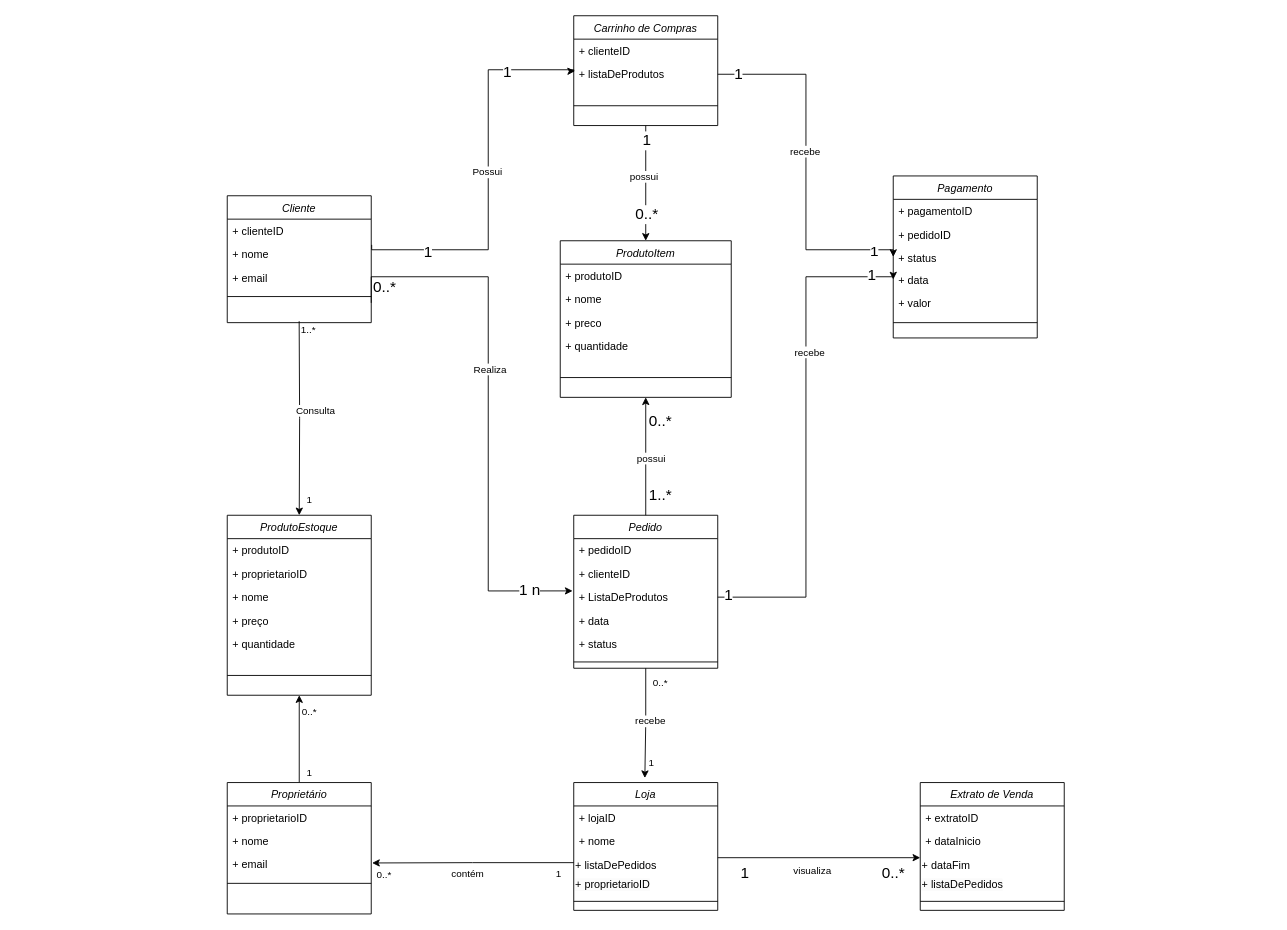
Before: ModeloDominio.drawio in rxqvx/Projeto-Sistemas-Distribu-dos---Vendas-, a draw.io diagram. Source tidied: cells renumbered, new cells numbered last; positions are measured from the earlier drawing's top-left corner, leaving out a move shared by most shapes. Both pictures are drawn from the tidied source at 90%, with x=0, y=0 at pixel (227, 15).
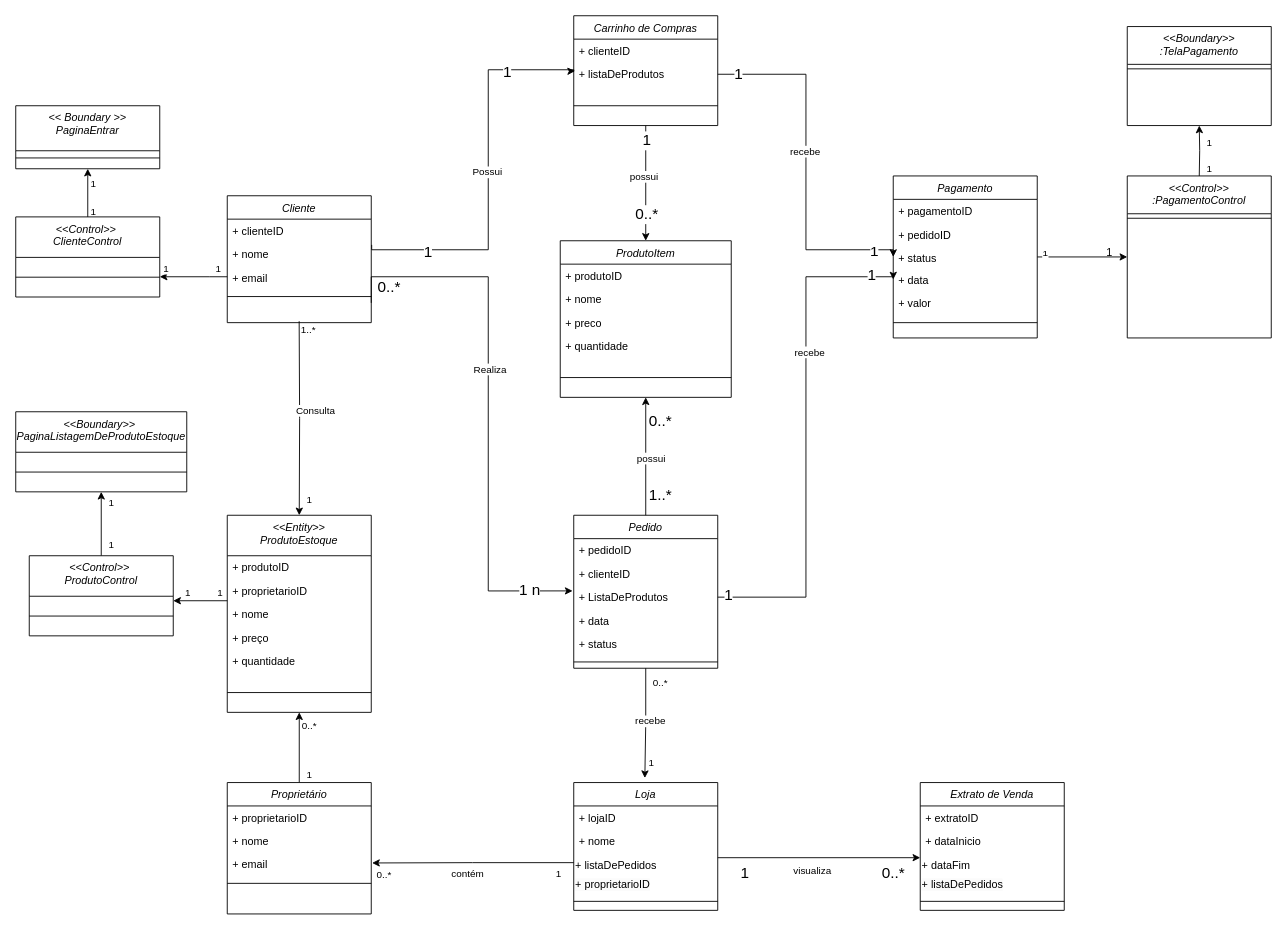
After the change.

Commit message (it also covers changes not shown here):
feat: add anotations about use cases to create domain model and sequence diagram

The change refers to these unchanged cells:
```xml
<mxCell id="2" value="Cliente" style="swimlane;fontStyle=2;align=center;verticalAlign=top;horizontal=1;startSize=26;rounded=0;shadow=0;strokeWidth=1;" parent="1" vertex="1">
  <mxGeometry y="200" width="160" height="141" as="geometry" />
</mxCell>
<mxCell id="28" value="+ status" style="text;align=left;verticalAlign=top;spacingLeft=4;spacingRight=4;overflow=hidden;points=[[0,0.5],[1,0.5]];portConstraint=eastwest;" parent="25" vertex="1">
  <mxGeometry y="78" width="160" height="24" as="geometry" />
</mxCell>
<mxCell id="40" style="edgeStyle=orthogonalEdgeStyle;rounded=0;jettySize=auto;html=1;entryX=-0.008;entryY=1.233;entryDx=0;entryDy=0;fontSize=17;entryPerimeter=0;" parent="1" edge="1" target="20">
  <mxGeometry relative="1" as="geometry">
    <mxPoint x="160" y="319" as="sourcePoint" />
    <Array as="points">
      <mxPoint x="160" y="290" />
      <mxPoint x="290" y="290" />
      <mxPoint x="290" y="639" />
    </Array>
  </mxGeometry>
</mxCell>
```

Diff of the diagram source:
```diff
@@
-    <mxCell id="7" value="ProdutoEstoque" style="swimlane;fontStyle=2;align=center;verticalAlign=top;horizontal=1;startSize=26;rounded=0;shadow=0;strokeWidth=1;" parent="1" vertex="1">
-      <mxGeometry y="555" width="160" height="200" as="geometry" />
+    <mxCell id="7" value="&lt;&lt;Entity&gt;&gt;&#10;ProdutoEstoque" style="swimlane;fontStyle=2;align=center;verticalAlign=top;horizontal=1;startSize=45;rounded=0;shadow=0;strokeWidth=1;" parent="1" vertex="1">
+      <mxGeometry y="555" width="160" height="219" as="geometry" />
     </mxCell>
     <mxCell id="8" value="+ produtoID" style="text;align=left;verticalAlign=top;spacingLeft=4;spacingRight=4;overflow=hidden;" parent="7" vertex="1">
-      <mxGeometry y="26" width="160" height="26" as="geometry" />
+      <mxGeometry y="45" width="160" height="26" as="geometry" />
     </mxCell>
     <mxCell id="9" value="+ proprietarioID" style="text;align=left;verticalAlign=top;spacingLeft=4;spacingRight=4;overflow=hidden;" parent="7" vertex="1">
-      <mxGeometry y="52" width="160" height="26" as="geometry" />
+      <mxGeometry y="71" width="160" height="26" as="geometry" />
     </mxCell>
     <mxCell id="10" value="+ nome" style="text;align=left;verticalAlign=top;spacingLeft=4;spacingRight=4;overflow=hidden;" parent="7" vertex="1">
-      <mxGeometry y="78" width="160" height="26" as="geometry" />
+      <mxGeometry y="97" width="160" height="26" as="geometry" />
     </mxCell>
     <mxCell id="11" value="+ preço" style="text;align=left;verticalAlign=top;spacingLeft=4;spacingRight=4;overflow=hidden;" parent="7" vertex="1">
-      <mxGeometry y="104" width="160" height="26" as="geometry" />
+      <mxGeometry y="123" width="160" height="26" as="geometry" />
     </mxCell>
     <mxCell id="12" value="+ quantidade&#10;" style="text;align=left;verticalAlign=top;spacingLeft=4;spacingRight=4;overflow=hidden;" parent="7" vertex="1">
-      <mxGeometry y="130" width="160" height="26" as="geometry" />
+      <mxGeometry y="149" width="160" height="26" as="geometry" />
     </mxCell>
     <mxCell id="13" style="line;html=1;strokeWidth=1;align=left;verticalAlign=middle;spacingTop=-1;spacingLeft=3;spacingRight=3;labelPosition=right;" parent="7" vertex="1">
-      <mxGeometry y="156" width="160" height="44" as="geometry" />
+      <mxGeometry y="175" width="160" height="44" as="geometry" />
     </mxCell>
@@
     <mxCell id="41" value="0..*&amp;nbsp;" style="edgeLabel;html=1;align=center;verticalAlign=middle;fontSize=17;" parent="40" vertex="1">
       <mxGeometry x="-0.86" y="-5" relative="1" as="geometry">
-        <mxPoint x="3" y="6" as="offset" />
+        <mxPoint x="8" y="6" as="offset" />
       </mxGeometry>
     </mxCell>
@@
+    <mxCell id="98" style="edgeStyle=orthogonalEdgeStyle;rounded=0;jettySize=auto;html=1;entryX=0.5;entryY=1;entryDx=0;entryDy=0;" parent="1" edge="1" source="101" target="106">
+      <mxGeometry relative="1" as="geometry" />
+    </mxCell>
+    <mxCell id="99" value="1" style="edgeLabel;html=1;align=center;verticalAlign=middle;" parent="98" vertex="1">
+      <mxGeometry x="-0.63" y="1" relative="1" as="geometry">
+        <mxPoint x="11" as="offset" />
+      </mxGeometry>
+    </mxCell>
+    <mxCell id="100" value="1" style="edgeLabel;html=1;align=center;verticalAlign=middle;" parent="98" vertex="1">
+      <mxGeometry x="0.3" y="1" relative="1" as="geometry">
+        <mxPoint x="11" y="-14" as="offset" />
+      </mxGeometry>
+    </mxCell>
+    <mxCell id="101" value="&lt;&lt;Control&gt;&gt; &#10;ProdutoControl" style="swimlane;fontStyle=2;align=center;verticalAlign=top;horizontal=1;startSize=45;rounded=0;shadow=0;strokeWidth=1;" parent="1" vertex="1">
+      <mxGeometry x="-220" y="600" width="160" height="89" as="geometry" />
+    </mxCell>
+    <mxCell id="102" style="line;html=1;strokeWidth=1;align=left;verticalAlign=middle;spacingTop=-1;spacingLeft=3;spacingRight=3;labelPosition=right;" parent="101" vertex="1">
+      <mxGeometry y="45" width="160" height="44" as="geometry" />
+    </mxCell>
+    <mxCell id="103" style="edgeStyle=orthogonalEdgeStyle;rounded=0;orthogonalLoop=1;jettySize=auto;html=1;" parent="1" edge="1">
+      <mxGeometry relative="1" as="geometry">
+        <mxPoint y="650" as="sourcePoint" />
+        <mxPoint x="-60" y="650" as="targetPoint" />
+        <Array as="points">
+          <mxPoint y="650" />
+          <mxPoint x="-60" y="650" />
+        </Array>
+      </mxGeometry>
+    </mxCell>
+    <mxCell id="104" value="1" style="edgeLabel;html=1;align=center;verticalAlign=middle;" parent="103" vertex="1">
+      <mxGeometry x="-0.7" relative="1" as="geometry">
+        <mxPoint y="-10" as="offset" />
+      </mxGeometry>
+    </mxCell>
+    <mxCell id="105" value="1" style="edgeLabel;html=1;align=center;verticalAlign=middle;" parent="103" vertex="1">
+      <mxGeometry x="0.51" y="-1" relative="1" as="geometry">
+        <mxPoint y="-9" as="offset" />
+      </mxGeometry>
+    </mxCell>
+    <mxCell id="106" value="&lt;&lt;Boundary&gt;&gt; &#10;PaginaListagemDeProdutoEstoque" style="swimlane;fontStyle=2;align=center;verticalAlign=top;horizontal=1;startSize=45;rounded=0;shadow=0;strokeWidth=1;" parent="1" vertex="1">
+      <mxGeometry x="-235" y="440" width="190" height="89" as="geometry" />
+    </mxCell>
+    <mxCell id="107" style="line;html=1;strokeWidth=1;align=left;verticalAlign=middle;spacingTop=-1;spacingLeft=3;spacingRight=3;labelPosition=right;" parent="106" vertex="1">
+      <mxGeometry y="45" width="190" height="44" as="geometry" />
+    </mxCell>
+    <mxCell id="108" value="&lt;&lt; Boundary &gt;&gt;&#10;PaginaEntrar" style="swimlane;fontStyle=2;align=center;verticalAlign=top;horizontal=1;startSize=50;rounded=0;shadow=0;strokeWidth=1;" parent="1" vertex="1">
+      <mxGeometry x="-235" y="100" width="160" height="70" as="geometry" />
+    </mxCell>
+    <mxCell id="109" style="line;html=1;strokeWidth=1;align=left;verticalAlign=middle;spacingTop=-1;spacingLeft=3;spacingRight=3;labelPosition=right;" parent="108" vertex="1">
+      <mxGeometry y="50" width="160" height="16" as="geometry" />
+    </mxCell>
+    <mxCell id="110" style="edgeStyle=orthogonalEdgeStyle;rounded=0;jettySize=auto;html=1;" parent="1" edge="1" source="2" target="117">
+      <mxGeometry relative="1" as="geometry">
+        <Array as="points">
+          <mxPoint x="-20" y="290" />
+          <mxPoint x="-20" y="290" />
+        </Array>
+      </mxGeometry>
+    </mxCell>
+    <mxCell id="111" value="1" style="edgeLabel;html=1;align=center;verticalAlign=middle;" parent="110" vertex="1">
+      <mxGeometry x="-0.79" y="-3" relative="1" as="geometry">
+        <mxPoint x="-61" y="-7" as="offset" />
+      </mxGeometry>
+    </mxCell>
+    <mxCell id="112" value="1" style="edgeLabel;html=1;align=center;verticalAlign=middle;" parent="110" vertex="1">
+      <mxGeometry x="-0.7" y="-3" relative="1" as="geometry">
+        <mxPoint y="-7" as="offset" />
+      </mxGeometry>
+    </mxCell>
+    <mxCell id="113" style="edgeStyle=orthogonalEdgeStyle;rounded=0;jettySize=auto;html=1;entryX=0.5;entryY=1;entryDx=0;entryDy=0;" parent="1" edge="1" source="116" target="108">
+      <mxGeometry relative="1" as="geometry" />
+    </mxCell>
+    <mxCell id="114" value="1" style="edgeLabel;html=1;align=center;verticalAlign=middle;" parent="113" vertex="1">
+      <mxGeometry x="-0.61" relative="1" as="geometry">
+        <mxPoint x="5" y="4" as="offset" />
+      </mxGeometry>
+    </mxCell>
+    <mxCell id="115" value="1" style="edgeLabel;html=1;align=center;verticalAlign=middle;" parent="113" vertex="1">
+      <mxGeometry x="0.39" y="-2" relative="1" as="geometry">
+        <mxPoint x="3" as="offset" />
+      </mxGeometry>
+    </mxCell>
+    <mxCell id="116" value="&lt;&lt;Control&gt;&gt; &#10;ClienteControl" style="swimlane;fontStyle=2;align=center;verticalAlign=top;horizontal=1;startSize=45;rounded=0;shadow=0;strokeWidth=1;" parent="1" vertex="1">
+      <mxGeometry x="-235" y="223.5" width="160" height="89" as="geometry" />
+    </mxCell>
+    <mxCell id="117" style="line;html=1;strokeWidth=1;align=left;verticalAlign=middle;spacingTop=-1;spacingLeft=3;spacingRight=3;labelPosition=right;points=[];portConstraint=eastwest;" parent="116" vertex="1">
+      <mxGeometry y="45" width="160" height="44" as="geometry" />
+    </mxCell>
+    <mxCell id="118" style="edgeStyle=orthogonalEdgeStyle;rounded=0;jettySize=auto;html=1;entryX=0.5;entryY=1;entryDx=0;entryDy=0;" parent="1" edge="1" target="123">
+      <mxGeometry relative="1" as="geometry">
+        <mxPoint x="1080" y="178" as="sourcePoint" />
+      </mxGeometry>
+    </mxCell>
+    <mxCell id="119" value="1" style="edgeLabel;html=1;align=center;verticalAlign=middle;" parent="118" vertex="1">
+      <mxGeometry x="-0.71" y="1" relative="1" as="geometry">
+        <mxPoint x="11" as="offset" />
+      </mxGeometry>
+    </mxCell>
+    <mxCell id="120" value="1" style="edgeLabel;html=1;align=center;verticalAlign=middle;" parent="118" vertex="1">
+      <mxGeometry x="0.36" y="1" relative="1" as="geometry">
+        <mxPoint x="11" as="offset" />
+      </mxGeometry>
+    </mxCell>
+    <mxCell id="121" value="&lt;&lt;Control&gt;&gt;&#10;:PagamentoControl" style="swimlane;fontStyle=2;align=center;verticalAlign=top;horizontal=1;startSize=42;rounded=0;shadow=0;strokeWidth=1;" parent="1" vertex="1">
+      <mxGeometry x="1000" y="178" width="160" height="180" as="geometry" />
+    </mxCell>
+    <mxCell id="122" style="line;html=1;strokeWidth=1;align=left;verticalAlign=middle;spacingTop=-1;spacingLeft=3;spacingRight=3;labelPosition=right;" parent="121" vertex="1">
+      <mxGeometry y="42" width="160" height="10" as="geometry" />
+    </mxCell>
+    <mxCell id="123" value="&lt;&lt;Boundary&gt;&gt;&#10;:TelaPagamento" style="swimlane;fontStyle=2;align=center;verticalAlign=top;horizontal=1;startSize=42;rounded=0;shadow=0;strokeWidth=1;" parent="1" vertex="1">
+      <mxGeometry x="1000" y="12" width="160" height="110" as="geometry" />
+    </mxCell>
+    <mxCell id="124" style="line;html=1;strokeWidth=1;align=left;verticalAlign=middle;spacingTop=-1;spacingLeft=3;spacingRight=3;labelPosition=right;" parent="123" vertex="1">
+      <mxGeometry y="42" width="160" height="10" as="geometry" />
+    </mxCell>
+    <mxCell id="125" style="edgeStyle=orthogonalEdgeStyle;rounded=0;jettySize=auto;html=1;entryX=0;entryY=0.5;entryDx=0;entryDy=0;" parent="1" edge="1" source="28" target="121">
+      <mxGeometry relative="1" as="geometry" />
+    </mxCell>
+    <mxCell id="126" value="1" style="edgeLabel;html=1;align=center;verticalAlign=middle;" parent="125" vertex="1">
+      <mxGeometry x="-0.84" y="1" relative="1" as="geometry">
+        <mxPoint y="-4" as="offset" />
+      </mxGeometry>
+    </mxCell>
+    <mxCell id="127" value="1" style="text;html=1;align=center;verticalAlign=middle;strokeColor=none;fillColor=none;" parent="1" vertex="1">
+      <mxGeometry x="965" y="248" width="30" height="30" as="geometry" />
+    </mxCell>
```
